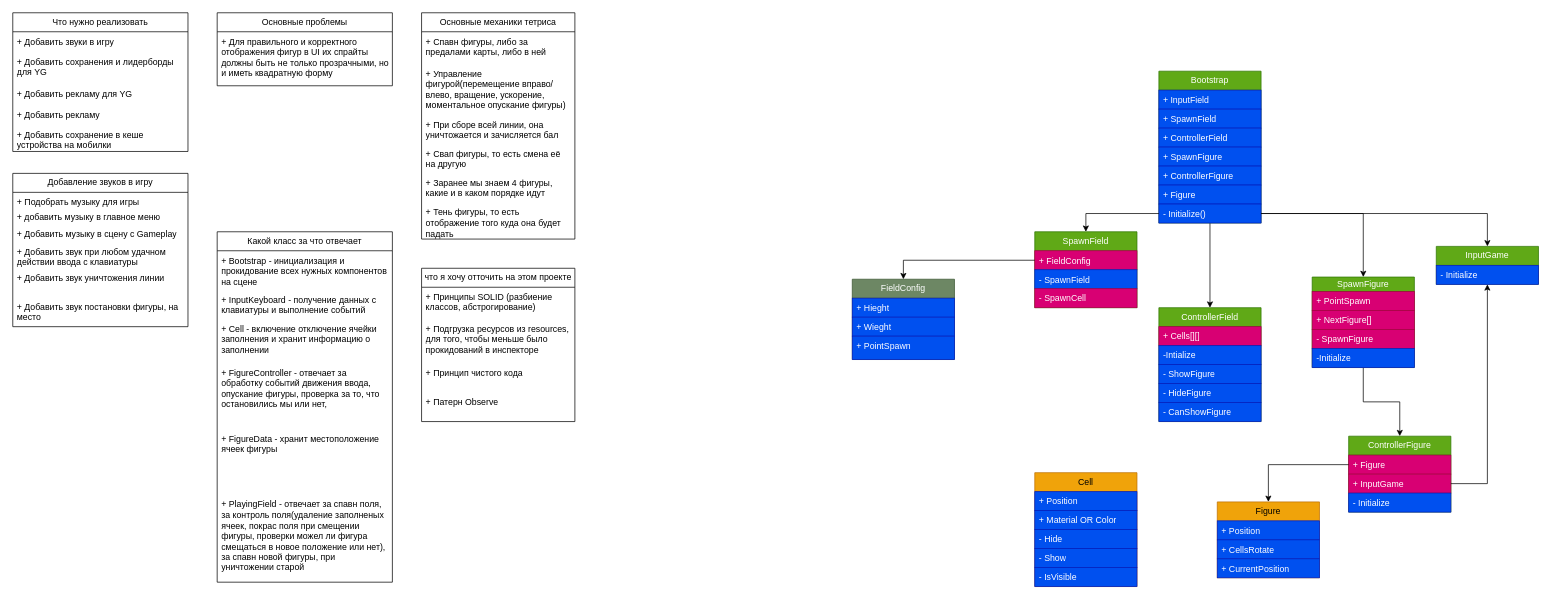
The draw.io diagram TetrisGame.drawio in Bablakov/Tetris, before the edit. Source tidied: cells renumbered, new cells numbered last; positions are measured from the earlier drawing's top-left corner, leaving out a move shared by most shapes. Both pictures are drawn from the tidied source at 73%, with x=0, y=0 at pixel (12, 12).
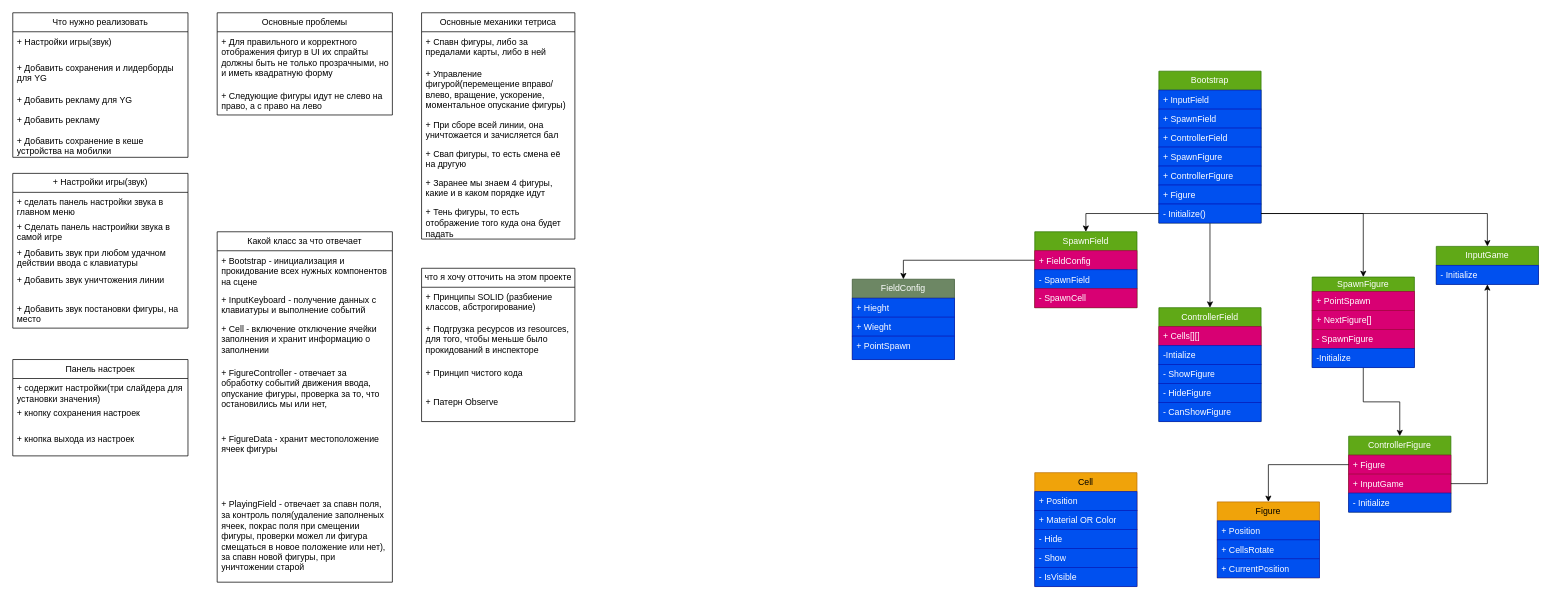
The same page after the edit.

Change to the diagram source:
```diff
@@
     <mxCell id="2" value="Что нужно реализовать" style="swimlane;fontStyle=0;horizontal=1;startSize=26;fillColor=none;whiteSpace=wrap;html=1;" parent="1" vertex="1">
-      <mxGeometry width="240" height="190" as="geometry" />
+      <mxGeometry width="240" height="198" as="geometry" />
     </mxCell>
-    <mxCell id="3" value="+ Добавить звуки в игру" style="text;strokeColor=none;fillColor=none;align=left;verticalAlign=top;spacingLeft=4;spacingRight=4;overflow=hidden;whiteSpace=wrap;html=1;" parent="2" vertex="1">
-      <mxGeometry y="26" width="240" height="28" as="geometry" />
-    </mxCell>
+    <mxCell id="87" value="+ Настройки игры(звук)" style="text;strokeColor=none;fillColor=none;align=left;verticalAlign=top;spacingLeft=4;spacingRight=4;overflow=hidden;whiteSpace=wrap;html=1;" parent="2" vertex="1">
+      <mxGeometry y="26" width="240" height="36" as="geometry" />
+    </mxCell>
     <mxCell id="4" value="+ Добавить сохранения и лидерборды для YG" style="text;strokeColor=none;fillColor=none;align=left;verticalAlign=top;spacingLeft=4;spacingRight=4;overflow=hidden;whiteSpace=wrap;html=1;" parent="2" vertex="1">
-      <mxGeometry y="54" width="240" height="44" as="geometry" />
+      <mxGeometry y="62" width="240" height="44" as="geometry" />
     </mxCell>
     <mxCell id="5" value="+ Добавить рекламу для YG" style="text;strokeColor=none;fillColor=none;align=left;verticalAlign=top;spacingLeft=4;spacingRight=4;overflow=hidden;whiteSpace=wrap;html=1;" parent="2" vertex="1">
-      <mxGeometry y="98" width="240" height="28" as="geometry" />
+      <mxGeometry y="106" width="240" height="28" as="geometry" />
     </mxCell>
     <mxCell id="6" value="+ Добавить рекламу" style="text;strokeColor=none;fillColor=none;align=left;verticalAlign=top;spacingLeft=4;spacingRight=4;overflow=hidden;whiteSpace=wrap;html=1;" parent="2" vertex="1">
-      <mxGeometry y="126" width="240" height="28" as="geometry" />
+      <mxGeometry y="134" width="240" height="28" as="geometry" />
     </mxCell>
     <mxCell id="7" value="+ Добавить сохранение в кеше устройства на мобилки" style="text;strokeColor=none;fillColor=none;align=left;verticalAlign=top;spacingLeft=4;spacingRight=4;overflow=hidden;whiteSpace=wrap;html=1;" parent="2" vertex="1">
-      <mxGeometry y="154" width="240" height="36" as="geometry" />
+      <mxGeometry y="162" width="240" height="36" as="geometry" />
     </mxCell>
@@
     <mxCell id="15" value="Основные проблемы" style="swimlane;fontStyle=0;horizontal=1;startSize=26;fillColor=none;whiteSpace=wrap;html=1;" parent="1" vertex="1">
-      <mxGeometry x="280" width="240" height="100" as="geometry" />
+      <mxGeometry x="280" width="240" height="140" as="geometry" />
     </mxCell>
@@
+    <mxCell id="88" value="&lt;div&gt;+ Следующие фигуры идут не слево на право, а с право на лево&lt;/div&gt;" style="text;strokeColor=none;fillColor=none;align=left;verticalAlign=top;spacingLeft=4;spacingRight=4;overflow=hidden;whiteSpace=wrap;html=1;" parent="15" vertex="1">
+      <mxGeometry y="100" width="240" height="40" as="geometry" />
+    </mxCell>
@@
-    <mxCell id="80" value="Добавление звуков в игру" style="swimlane;fontStyle=0;horizontal=1;startSize=26;fillColor=none;whiteSpace=wrap;html=1;" parent="1" vertex="1">
-      <mxGeometry y="220" width="240" height="210" as="geometry" />
+    <mxCell id="80" value="&lt;span style=&quot;text-align: left;&quot;&gt;+ Настройки игры(звук)&lt;/span&gt;" style="swimlane;fontStyle=0;horizontal=1;startSize=26;fillColor=none;whiteSpace=wrap;html=1;" parent="1" vertex="1">
+      <mxGeometry y="220" width="240" height="212" as="geometry" />
     </mxCell>
-    <mxCell id="81" value="&lt;div&gt;+ Подобрать музыку для игры&lt;/div&gt;&lt;div&gt;&lt;br&gt;&lt;/div&gt;" style="text;strokeColor=none;fillColor=none;align=left;verticalAlign=top;spacingLeft=4;spacingRight=4;overflow=hidden;whiteSpace=wrap;html=1;" parent="80" vertex="1">
-      <mxGeometry y="26" width="240" height="20" as="geometry" />
+    <mxCell id="81" value="+ сделать панель настройки звука в главном меню" style="text;strokeColor=none;fillColor=none;align=left;verticalAlign=top;spacingLeft=4;spacingRight=4;overflow=hidden;whiteSpace=wrap;html=1;" parent="80" vertex="1">
+      <mxGeometry y="26" width="240" height="34" as="geometry" />
     </mxCell>
-    <mxCell id="82" value="+ добавить музыку в главное меню&lt;div&gt;&lt;br&gt;&lt;/div&gt;" style="text;strokeColor=none;fillColor=none;align=left;verticalAlign=top;spacingLeft=4;spacingRight=4;overflow=hidden;whiteSpace=wrap;html=1;" parent="80" vertex="1">
-      <mxGeometry y="46" width="240" height="24" as="geometry" />
+    <mxCell id="82" value="&lt;div&gt;+ Сделать панель настроийки звука в самой игре&lt;/div&gt;" style="text;strokeColor=none;fillColor=none;align=left;verticalAlign=top;spacingLeft=4;spacingRight=4;overflow=hidden;whiteSpace=wrap;html=1;" parent="80" vertex="1">
+      <mxGeometry y="60" width="240" height="36" as="geometry" />
     </mxCell>
-    <mxCell id="83" value="&lt;div&gt;+ Добавить музыку в сцену с Gameplay&lt;/div&gt;" style="text;strokeColor=none;fillColor=none;align=left;verticalAlign=top;spacingLeft=4;spacingRight=4;overflow=hidden;whiteSpace=wrap;html=1;" parent="80" vertex="1">
-      <mxGeometry y="70" width="240" height="24" as="geometry" />
-    </mxCell>
     <mxCell id="84" value="+ Добавить звук при любом удачном действии ввода с клавиатуры&lt;div&gt;&lt;br&gt;&lt;/div&gt;" style="text;strokeColor=none;fillColor=none;align=left;verticalAlign=top;spacingLeft=4;spacingRight=4;overflow=hidden;whiteSpace=wrap;html=1;" parent="80" vertex="1">
-      <mxGeometry y="94" width="240" height="36" as="geometry" />
+      <mxGeometry y="96" width="240" height="36" as="geometry" />
     </mxCell>
     <mxCell id="85" value="&lt;div&gt;+ Добавить звук уничтожения линии&lt;/div&gt;" style="text;strokeColor=none;fillColor=none;align=left;verticalAlign=top;spacingLeft=4;spacingRight=4;overflow=hidden;whiteSpace=wrap;html=1;" parent="80" vertex="1">
-      <mxGeometry y="130" width="240" height="40" as="geometry" />
+      <mxGeometry y="132" width="240" height="40" as="geometry" />
     </mxCell>
     <mxCell id="86" value="&lt;div&gt;+ Добавить звук постановки фигуры, на место&amp;nbsp;&lt;/div&gt;" style="text;strokeColor=none;fillColor=none;align=left;verticalAlign=top;spacingLeft=4;spacingRight=4;overflow=hidden;whiteSpace=wrap;html=1;" parent="80" vertex="1">
-      <mxGeometry y="170" width="240" height="40" as="geometry" />
+      <mxGeometry y="172" width="240" height="40" as="geometry" />
     </mxCell>
+    <mxCell id="89" value="&lt;div style=&quot;text-align: left;&quot;&gt;&lt;span style=&quot;background-color: initial;&quot;&gt;Панель настроек&lt;/span&gt;&lt;/div&gt;" style="swimlane;fontStyle=0;horizontal=1;startSize=26;fillColor=none;whiteSpace=wrap;html=1;" parent="1" vertex="1">
+      <mxGeometry y="475" width="240" height="132" as="geometry" />
+    </mxCell>
+    <mxCell id="90" value="+ содержит настройки(три слайдера для установки значения)&lt;div&gt;&lt;br&gt;&lt;/div&gt;" style="text;strokeColor=none;fillColor=none;align=left;verticalAlign=top;spacingLeft=4;spacingRight=4;overflow=hidden;whiteSpace=wrap;html=1;" parent="89" vertex="1">
+      <mxGeometry y="26" width="240" height="34" as="geometry" />
+    </mxCell>
+    <mxCell id="91" value="&lt;div&gt;+ кнопку сохранения настроек&lt;/div&gt;" style="text;strokeColor=none;fillColor=none;align=left;verticalAlign=top;spacingLeft=4;spacingRight=4;overflow=hidden;whiteSpace=wrap;html=1;" parent="89" vertex="1">
+      <mxGeometry y="60" width="240" height="36" as="geometry" />
+    </mxCell>
+    <mxCell id="92" value="&lt;div&gt;+ кнопка выхода из настроек&lt;/div&gt;&lt;div&gt;&lt;br&gt;&lt;/div&gt;" style="text;strokeColor=none;fillColor=none;align=left;verticalAlign=top;spacingLeft=4;spacingRight=4;overflow=hidden;whiteSpace=wrap;html=1;" parent="89" vertex="1">
+      <mxGeometry y="96" width="240" height="36" as="geometry" />
+    </mxCell>
```
